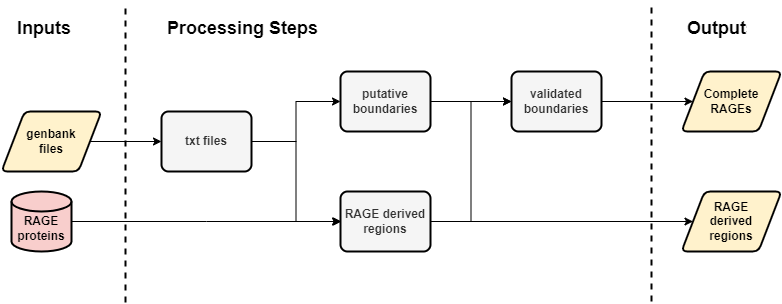
Above: 2_annotation_scripts/3_rage_classification/diagrams/code_workflow.png in OKyne1/ot_genome_project (draw.io), before the change. Source tidied: cells renumbered, new cells last; positions are measured from the earlier drawing's top-left corner, leaving out a move shared by most shapes. Source of this version:
```xml
<mxGraphModel>
  <root>
    <mxCell id="0" />
    <mxCell id="1" parent="0" />
    <mxCell id="2" style="edgeStyle=orthogonalEdgeStyle;rounded=0;jettySize=auto;html=1;exitX=1;exitY=0.5;exitDx=0;exitDy=0;entryX=0;entryY=0.5;entryDx=0;entryDy=0;" parent="1" edge="1" source="3" target="6">
      <mxGeometry relative="1" as="geometry" />
    </mxCell>
    <mxCell id="3" value="&lt;b&gt;genbank&lt;/b&gt;&lt;div&gt;&lt;b&gt;files&lt;/b&gt;&lt;/div&gt;" style="shape=parallelogram;html=1;strokeWidth=2;perimeter=parallelogramPerimeter;whiteSpace=wrap;rounded=1;arcSize=12;size=0.23;fillColor=#fff2cc;strokeColor=#000000;" parent="1" vertex="1">
      <mxGeometry y="110" width="100" height="60" as="geometry" />
    </mxCell>
    <mxCell id="4" style="edgeStyle=orthogonalEdgeStyle;rounded=0;jettySize=auto;html=1;exitX=1;exitY=0.5;exitDx=0;exitDy=0;entryX=0;entryY=0.5;entryDx=0;entryDy=0;" parent="1" edge="1" source="6" target="8">
      <mxGeometry relative="1" as="geometry" />
    </mxCell>
    <mxCell id="5" style="edgeStyle=orthogonalEdgeStyle;rounded=0;jettySize=auto;html=1;exitX=1;exitY=0.5;exitDx=0;exitDy=0;entryX=0;entryY=0.5;entryDx=0;entryDy=0;" parent="1" edge="1" source="6" target="11">
      <mxGeometry relative="1" as="geometry" />
    </mxCell>
    <mxCell id="6" value="&lt;b&gt;txt files&lt;/b&gt;" style="rounded=1;whiteSpace=wrap;html=1;absoluteArcSize=1;arcSize=14;strokeWidth=2;fillColor=#f5f5f5;fontColor=#333333;strokeColor=#000000;" parent="1" vertex="1">
      <mxGeometry x="160" y="110" width="90" height="60" as="geometry" />
    </mxCell>
    <mxCell id="7" style="edgeStyle=orthogonalEdgeStyle;rounded=0;jettySize=auto;html=1;exitX=1;exitY=0.5;exitDx=0;exitDy=0;" parent="1" edge="1" source="8" target="13">
      <mxGeometry relative="1" as="geometry" />
    </mxCell>
    <mxCell id="8" value="&lt;b&gt;putative boundaries&lt;/b&gt;" style="rounded=1;whiteSpace=wrap;html=1;absoluteArcSize=1;arcSize=14;strokeWidth=2;fillColor=#f5f5f5;fontColor=#333333;strokeColor=#000000;" parent="1" vertex="1">
      <mxGeometry x="339" y="70" width="90" height="60" as="geometry" />
    </mxCell>
    <mxCell id="9" style="edgeStyle=orthogonalEdgeStyle;rounded=0;jettySize=auto;html=1;exitX=1;exitY=0.5;exitDx=0;exitDy=0;entryX=0;entryY=0.5;entryDx=0;entryDy=0;" parent="1" edge="1" source="11" target="13">
      <mxGeometry relative="1" as="geometry" />
    </mxCell>
    <mxCell id="10" style="edgeStyle=orthogonalEdgeStyle;rounded=0;jettySize=auto;html=1;exitX=1;exitY=0.5;exitDx=0;exitDy=0;entryX=0;entryY=0.5;entryDx=0;entryDy=0;" parent="1" edge="1" source="11" target="15">
      <mxGeometry relative="1" as="geometry" />
    </mxCell>
    <mxCell id="11" value="&lt;b&gt;RAGE derived regions&lt;/b&gt;" style="rounded=1;whiteSpace=wrap;html=1;absoluteArcSize=1;arcSize=14;strokeWidth=2;fillColor=#f5f5f5;fontColor=#333333;strokeColor=#000000;" parent="1" vertex="1">
      <mxGeometry x="339" y="190" width="90" height="60" as="geometry" />
    </mxCell>
    <mxCell id="12" style="edgeStyle=orthogonalEdgeStyle;rounded=0;jettySize=auto;html=1;exitX=1;exitY=0.5;exitDx=0;exitDy=0;entryX=0;entryY=0.5;entryDx=0;entryDy=0;" parent="1" edge="1" source="13" target="14">
      <mxGeometry relative="1" as="geometry" />
    </mxCell>
    <mxCell id="13" value="&lt;b&gt;validated boundaries&lt;/b&gt;" style="rounded=1;whiteSpace=wrap;html=1;absoluteArcSize=1;arcSize=14;strokeWidth=2;fillColor=#f5f5f5;fontColor=#333333;strokeColor=#000000;" parent="1" vertex="1">
      <mxGeometry x="510" y="70" width="90" height="60" as="geometry" />
    </mxCell>
    <mxCell id="14" value="&lt;b&gt;Complete&lt;/b&gt;&lt;div&gt;&lt;b&gt;RAGEs&lt;/b&gt;&lt;/div&gt;" style="shape=parallelogram;html=1;strokeWidth=2;perimeter=parallelogramPerimeter;whiteSpace=wrap;rounded=1;arcSize=12;size=0.23;fillColor=#fff2cc;strokeColor=#000000;" parent="1" vertex="1">
      <mxGeometry x="680" y="70" width="100" height="60" as="geometry" />
    </mxCell>
    <mxCell id="15" value="&lt;b&gt;RAGE&lt;/b&gt;&lt;div&gt;&lt;b&gt;derived&lt;/b&gt;&lt;/div&gt;&lt;div&gt;&lt;b&gt;regions&lt;/b&gt;&lt;/div&gt;" style="shape=parallelogram;html=1;strokeWidth=2;perimeter=parallelogramPerimeter;whiteSpace=wrap;rounded=1;arcSize=12;size=0.23;fillColor=#fff2cc;strokeColor=#000000;" parent="1" vertex="1">
      <mxGeometry x="680" y="190" width="100" height="60" as="geometry" />
    </mxCell>
    <mxCell id="16" style="edgeStyle=orthogonalEdgeStyle;rounded=0;jettySize=auto;html=1;exitX=1;exitY=0.5;exitDx=0;exitDy=0;exitPerimeter=0;" parent="1" edge="1" source="17">
      <mxGeometry relative="1" as="geometry">
        <mxPoint x="340" y="220" as="targetPoint" />
      </mxGeometry>
    </mxCell>
    <mxCell id="17" value="&lt;div&gt;&lt;b&gt;&lt;br&gt;&lt;/b&gt;&lt;/div&gt;&lt;b&gt;RAGE proteins&lt;/b&gt;" style="strokeWidth=2;html=1;shape=mxgraph.flowchart.database;whiteSpace=wrap;fillColor=#f8cecc;strokeColor=#000000;" parent="1" vertex="1">
      <mxGeometry x="10" y="190" width="60" height="60" as="geometry" />
    </mxCell>
    <mxCell id="18" style="endArrow=none;html=1;rounded=0;dashed=1;strokeWidth=2;" parent="1" edge="1">
      <mxGeometry relative="1" as="geometry">
        <mxPoint x="650" y="300" as="sourcePoint" />
        <mxPoint x="650" as="targetPoint" />
      </mxGeometry>
    </mxCell>
    <mxCell id="19" style="endArrow=none;html=1;rounded=0;dashed=1;strokeWidth=2;" parent="1" edge="1">
      <mxGeometry relative="1" as="geometry">
        <mxPoint x="124" y="301" as="sourcePoint" />
        <mxPoint x="124" y="1" as="targetPoint" />
      </mxGeometry>
    </mxCell>
    <mxCell id="20" value="&lt;b&gt;&lt;font style=&quot;font-size: 18px;&quot;&gt;Inputs&lt;/font&gt;&lt;/b&gt;" style="text;strokeColor=none;fillColor=none;spacingLeft=4;spacingRight=4;overflow=hidden;fontSize=12;whiteSpace=wrap;html=1;" parent="1" vertex="1">
      <mxGeometry x="10" y="10" width="70" height="30" as="geometry" />
    </mxCell>
    <mxCell id="21" value="&lt;b&gt;&lt;font style=&quot;font-size: 18px;&quot;&gt;Processing Steps&lt;/font&gt;&lt;/b&gt;" style="text;strokeColor=none;fillColor=none;spacingLeft=4;spacingRight=4;overflow=hidden;fontSize=12;whiteSpace=wrap;html=1;" parent="1" vertex="1">
      <mxGeometry x="160" y="10" width="170" height="30" as="geometry" />
    </mxCell>
    <mxCell id="22" value="&lt;b&gt;&lt;font style=&quot;font-size: 18px;&quot;&gt;Outputs&lt;/font&gt;&lt;/b&gt;" style="text;strokeColor=none;fillColor=none;spacingLeft=4;spacingRight=4;overflow=hidden;fontSize=12;whiteSpace=wrap;html=1;" parent="1" vertex="1">
      <mxGeometry x="680" y="10" width="70" height="30" as="geometry" />
    </mxCell>
  </root>
</mxGraphModel>
```
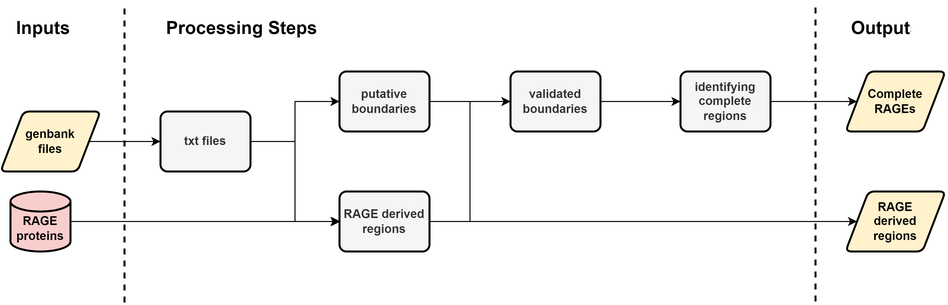
Above is the later version.

What changed in the source:
```diff
@@ -32,17 +32,17 @@
     <mxCell id="11" value="&lt;b&gt;RAGE derived regions&lt;/b&gt;" style="rounded=1;whiteSpace=wrap;html=1;absoluteArcSize=1;arcSize=14;strokeWidth=2;fillColor=#f5f5f5;fontColor=#333333;strokeColor=#000000;" parent="1" vertex="1">
       <mxGeometry x="339" y="190" width="90" height="60" as="geometry" />
     </mxCell>
-    <mxCell id="12" style="edgeStyle=orthogonalEdgeStyle;rounded=0;jettySize=auto;html=1;exitX=1;exitY=0.5;exitDx=0;exitDy=0;entryX=0;entryY=0.5;entryDx=0;entryDy=0;" parent="1" edge="1" source="13" target="14">
+    <mxCell id="12" style="edgeStyle=orthogonalEdgeStyle;rounded=0;jettySize=auto;html=1;exitX=1;exitY=0.5;exitDx=0;exitDy=0;" parent="1" edge="1" source="13" target="24">
       <mxGeometry relative="1" as="geometry" />
     </mxCell>
     <mxCell id="13" value="&lt;b&gt;validated boundaries&lt;/b&gt;" style="rounded=1;whiteSpace=wrap;html=1;absoluteArcSize=1;arcSize=14;strokeWidth=2;fillColor=#f5f5f5;fontColor=#333333;strokeColor=#000000;" parent="1" vertex="1">
       <mxGeometry x="510" y="70" width="90" height="60" as="geometry" />
     </mxCell>
     <mxCell id="14" value="&lt;b&gt;Complete&lt;/b&gt;&lt;div&gt;&lt;b&gt;RAGEs&lt;/b&gt;&lt;/div&gt;" style="shape=parallelogram;html=1;strokeWidth=2;perimeter=parallelogramPerimeter;whiteSpace=wrap;rounded=1;arcSize=12;size=0.23;fillColor=#fff2cc;strokeColor=#000000;" parent="1" vertex="1">
-      <mxGeometry x="680" y="70" width="100" height="60" as="geometry" />
+      <mxGeometry x="845" y="70" width="100" height="60" as="geometry" />
     </mxCell>
     <mxCell id="15" value="&lt;b&gt;RAGE&lt;/b&gt;&lt;div&gt;&lt;b&gt;derived&lt;/b&gt;&lt;/div&gt;&lt;div&gt;&lt;b&gt;regions&lt;/b&gt;&lt;/div&gt;" style="shape=parallelogram;html=1;strokeWidth=2;perimeter=parallelogramPerimeter;whiteSpace=wrap;rounded=1;arcSize=12;size=0.23;fillColor=#fff2cc;strokeColor=#000000;" parent="1" vertex="1">
-      <mxGeometry x="680" y="190" width="100" height="60" as="geometry" />
+      <mxGeometry x="845" y="190" width="100" height="60" as="geometry" />
     </mxCell>
     <mxCell id="16" style="edgeStyle=orthogonalEdgeStyle;rounded=0;jettySize=auto;html=1;exitX=1;exitY=0.5;exitDx=0;exitDy=0;exitPerimeter=0;" parent="1" edge="1" source="17">
       <mxGeometry relative="1" as="geometry">
@@ -54,8 +54,8 @@
     </mxCell>
     <mxCell id="18" style="endArrow=none;html=1;rounded=0;dashed=1;strokeWidth=2;" parent="1" edge="1">
       <mxGeometry relative="1" as="geometry">
-        <mxPoint x="650" y="300" as="sourcePoint" />
-        <mxPoint x="650" as="targetPoint" />
+        <mxPoint x="815" y="300" as="sourcePoint" />
+        <mxPoint x="815" as="targetPoint" />
       </mxGeometry>
     </mxCell>
     <mxCell id="19" style="endArrow=none;html=1;rounded=0;dashed=1;strokeWidth=2;" parent="1" edge="1">
@@ -71,7 +71,13 @@
       <mxGeometry x="160" y="10" width="170" height="30" as="geometry" />
     </mxCell>
     <mxCell id="22" value="&lt;b&gt;&lt;font style=&quot;font-size: 18px;&quot;&gt;Outputs&lt;/font&gt;&lt;/b&gt;" style="text;strokeColor=none;fillColor=none;spacingLeft=4;spacingRight=4;overflow=hidden;fontSize=12;whiteSpace=wrap;html=1;" parent="1" vertex="1">
-      <mxGeometry x="680" y="10" width="70" height="30" as="geometry" />
+      <mxGeometry x="845" y="10" width="70" height="30" as="geometry" />
     </mxCell>
+    <mxCell id="23" style="edgeStyle=orthogonalEdgeStyle;rounded=0;jettySize=auto;html=1;exitX=1;exitY=0.5;exitDx=0;exitDy=0;entryX=0;entryY=0.5;entryDx=0;entryDy=0;" parent="1" edge="1" source="24" target="14">
+      <mxGeometry relative="1" as="geometry" />
+    </mxCell>
+    <mxCell id="24" value="&lt;b&gt;identifying&lt;/b&gt;&lt;br&gt;&lt;div&gt;&lt;b&gt;complete&lt;/b&gt;&lt;/div&gt;&lt;div&gt;&lt;b&gt;regions&lt;/b&gt;&lt;/div&gt;" style="rounded=1;whiteSpace=wrap;html=1;absoluteArcSize=1;arcSize=14;strokeWidth=2;fillColor=#f5f5f5;fontColor=#333333;strokeColor=#000000;" parent="1" vertex="1">
+      <mxGeometry x="680" y="70" width="90" height="60" as="geometry" />
+    </mxCell>
   </root>
 </mxGraphModel>
```
